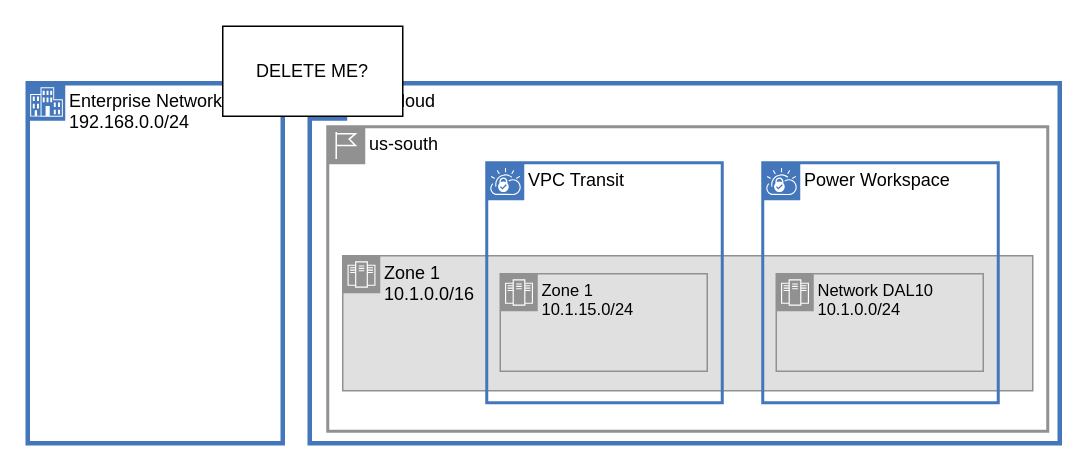
Above: page "zones-power" (8 of 22) of images/vpc-transit.drawio in IBM-Cloud/vpc-transit (draw.io), before the change. Source tidied: cells renumbered, new cells numbered last; positions are measured from the earlier drawing's top-left corner, leaving out a move shared by most shapes. Both pictures are drawn from the tidied source at 150%, with x=0, y=0 at pixel (27, 26).
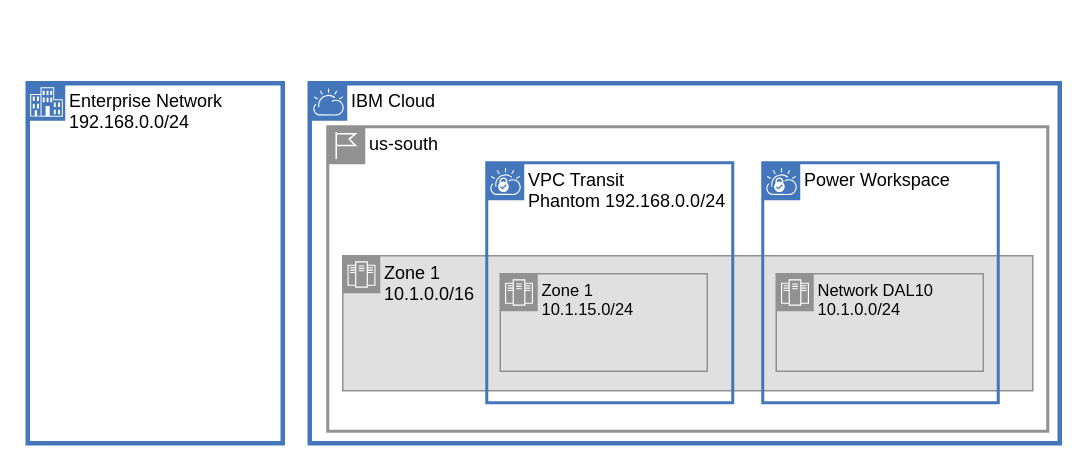
The same page after the edit.

What changed in the source:
```diff
@@
 <mxGraphModel>
   <root>
     <mxCell id="0" />
     <mxCell id="1" parent="0" />
     <mxCell id="2" value="IBM Cloud" style="shape=mxgraph.ibm.box;prType=cloud;fontStyle=0;verticalAlign=top;align=left;spacingLeft=32;spacingTop=4;fillColor=none;rounded=0;whiteSpace=wrap;html=1;strokeColor=#4376BB;strokeWidth=3;dashed=0;spacing=-4;" parent="1" vertex="1">
       <mxGeometry x="188" y="38" width="500" height="240" as="geometry" />
     </mxCell>
     <mxCell id="3" value="&lt;span style=&quot;font-weight: normal;&quot;&gt;us-south&lt;/span&gt;" style="shape=mxgraph.ibm.box;prType=region;fontStyle=1;verticalAlign=top;align=left;spacingLeft=32;spacingTop=4;fillColor=none;rounded=0;whiteSpace=wrap;html=1;strokeColor=#919191;strokeWidth=2;spacing=-4;" parent="1" vertex="1">
       <mxGeometry x="200" y="67" width="480" height="203" as="geometry" />
     </mxCell>
     <mxCell id="4" value="Zone 1&lt;br&gt;10.1.0.0/16" style="shape=mxgraph.ibm.box;prType=zone;fontStyle=0;verticalAlign=top;align=left;spacingLeft=32;spacingTop=4;fillColor=#E0E0E0;rounded=0;whiteSpace=wrap;html=1;strokeColor=#919191;strokeWidth=1;dashed=0;spacing=-4;flipV=0;" parent="1" vertex="1">
       <mxGeometry x="210" y="153" width="460" height="90" as="geometry" />
     </mxCell>
-    <mxCell id="5" value="VPC Transit" style="shape=mxgraph.ibm.box;prType=vpc;fontStyle=0;verticalAlign=top;align=left;spacingLeft=32;spacingTop=4;fillColor=none;rounded=0;whiteSpace=wrap;html=1;strokeColor=#4376BB;strokeWidth=2;dashed=0;spacing=-4;" parent="1" vertex="1">
-      <mxGeometry x="306" y="91" width="157" height="160" as="geometry" />
+    <mxCell id="5" value="VPC Transit&lt;br&gt;Phantom 192.168.0.0/24" style="shape=mxgraph.ibm.box;prType=vpc;fontStyle=0;verticalAlign=top;align=left;spacingLeft=32;spacingTop=4;fillColor=none;rounded=0;whiteSpace=wrap;html=1;strokeColor=#4376BB;strokeWidth=2;dashed=0;spacing=-4;" parent="1" vertex="1">
+      <mxGeometry x="306" y="91" width="164" height="160" as="geometry" />
     </mxCell>
     <mxCell id="6" value="Zone 1&lt;br&gt;10.1.15.0/24" style="shape=mxgraph.ibm.box;prType=zone;fontStyle=0;verticalAlign=top;align=left;spacingLeft=32;spacingTop=4;fillColor=#E0E0E0;rounded=0;whiteSpace=wrap;html=1;strokeColor=#919191;strokeWidth=1;dashed=0;spacing=-4;fontFamily=Helvetica;fontSize=11;fontColor=default;" parent="1" vertex="1">
       <mxGeometry x="315" y="165" width="138" height="65" as="geometry" />
     </mxCell>
     <mxCell id="7" value="Power Workspace" style="shape=mxgraph.ibm.box;prType=vpc;fontStyle=0;verticalAlign=top;align=left;spacingLeft=32;spacingTop=4;fillColor=none;rounded=0;whiteSpace=wrap;html=1;strokeColor=#4376BB;strokeWidth=2;dashed=0;spacing=-4;" parent="1" vertex="1">
       <mxGeometry x="490" y="91" width="157" height="160" as="geometry" />
     </mxCell>
     <mxCell id="8" value="Network DAL10&lt;br&gt;10.1.0.0/24" style="shape=mxgraph.ibm.box;prType=zone;fontStyle=0;verticalAlign=top;align=left;spacingLeft=32;spacingTop=4;fillColor=#E0E0E0;rounded=0;whiteSpace=wrap;html=1;strokeColor=#919191;strokeWidth=1;dashed=0;spacing=-4;fontFamily=Helvetica;fontSize=11;fontColor=default;" parent="1" vertex="1">
       <mxGeometry x="499" y="165" width="138" height="65" as="geometry" />
     </mxCell>
     <mxCell id="9" value="Enterprise Network&lt;br&gt;192.168.0.0/24" style="shape=mxgraph.ibm.box;prType=enterprise;fontStyle=0;verticalAlign=top;align=left;spacingLeft=32;spacingTop=4;fillColor=none;rounded=0;whiteSpace=wrap;html=1;strokeColor=#4376BB;strokeWidth=3;dashed=0;spacing=-4;" parent="1" vertex="1">
       <mxGeometry y="38" width="170" height="240" as="geometry" />
     </mxCell>
-    <mxCell id="10" value="DELETE ME?" style="whiteSpace=wrap;html=1;" parent="1" vertex="1">
-      <mxGeometry x="130" width="120" height="60" as="geometry" />
-    </mxCell>
     <mxCell id="11" parent="0" />
   </root>
 </mxGraphModel>
```
